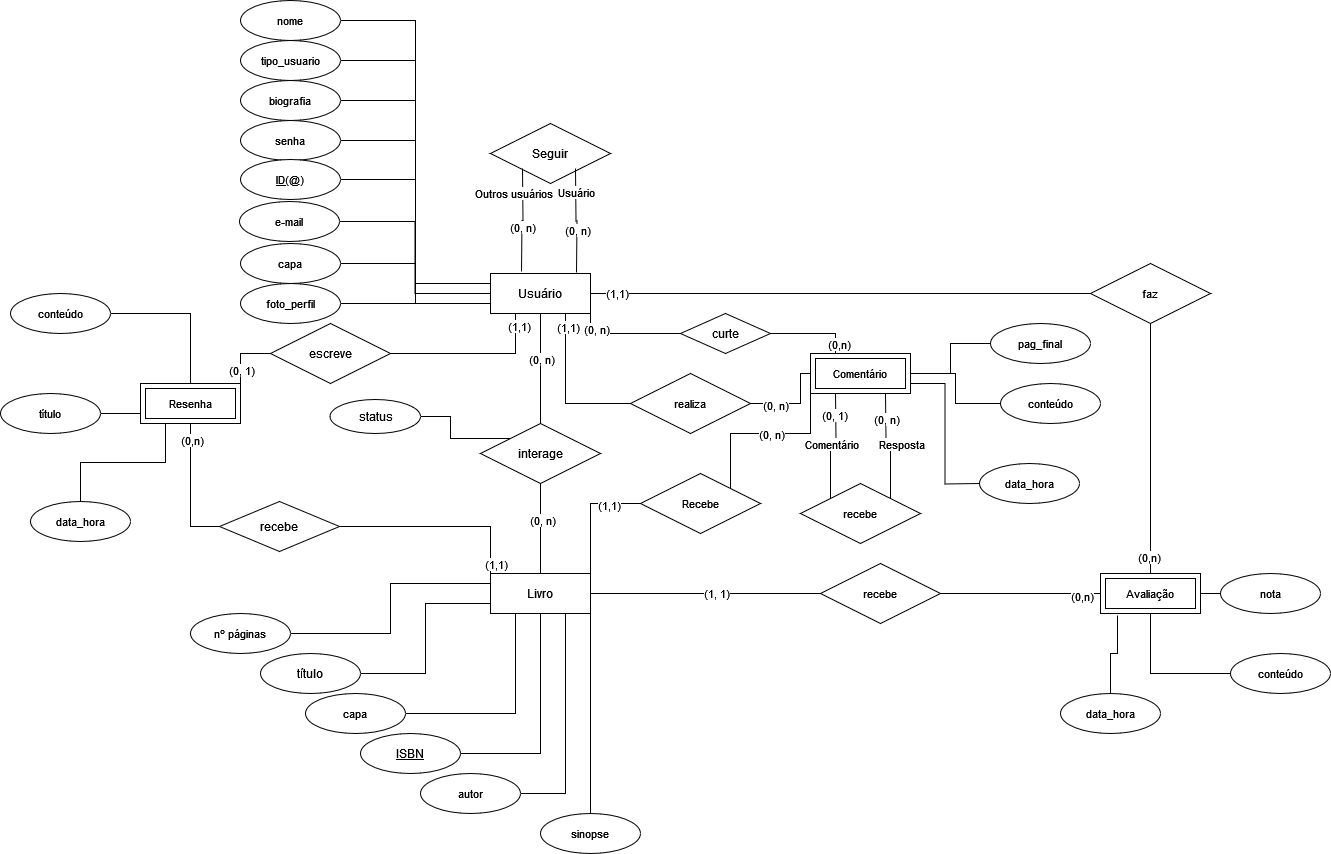
Earlier version of the draw.io export doc/bd/diagrama-er/DERPratiler.drawio.png (tads-cnat/pratiler). Source tidied: cells renumbered, new cells last; positions are measured from the earlier drawing's top-left corner, leaving out a move shared by most shapes.
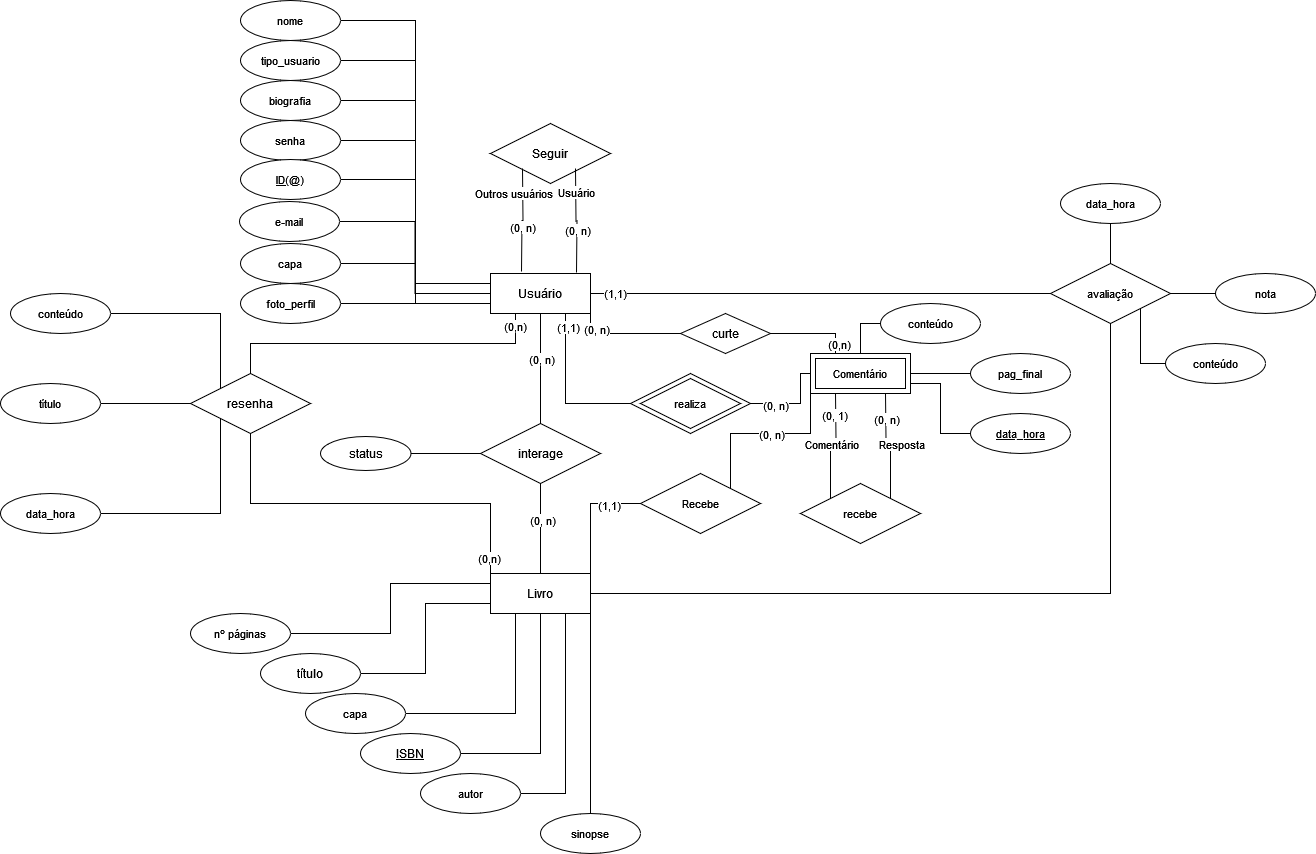
Later version of the same file.

Commit message:
novo diagrama er

What changed in the source:
```diff
@@ -16,8 +16,2 @@
     </mxCell>
-    <mxCell id="6" style="edgeStyle=orthogonalEdgeStyle;shape=connector;rounded=0;jettySize=auto;html=1;exitX=0.25;exitY=1;exitDx=0;exitDy=0;entryX=1;entryY=0.5;entryDx=0;entryDy=0;strokeColor=default;align=center;verticalAlign=middle;fontFamily=Helvetica;fontSize=11;fontColor=default;labelBackgroundColor=default;endArrow=none;endFill=0;" parent="1" edge="1" source="12" target="103">
-      <mxGeometry relative="1" as="geometry" />
-    </mxCell>
-    <mxCell id="7" value="(1,1)" style="edgeLabel;html=1;align=center;verticalAlign=middle;fontFamily=Helvetica;fontSize=11;fontColor=default;labelBackgroundColor=default;" parent="6" vertex="1">
-      <mxGeometry x="-0.85" y="3" relative="1" as="geometry" />
-    </mxCell>
     <mxCell id="8" style="edgeStyle=orthogonalEdgeStyle;rounded=0;jettySize=auto;html=1;exitX=1;exitY=0.5;exitDx=0;exitDy=0;entryX=0;entryY=0.5;entryDx=0;entryDy=0;endArrow=none;endFill=0;" parent="1" edge="1" source="12" target="51">
@@ -34,2 +28,8 @@
     </mxCell>
+    <mxCell id="109" style="edgeStyle=orthogonalEdgeStyle;shape=connector;rounded=0;jettySize=auto;html=1;exitX=0.25;exitY=1;exitDx=0;exitDy=0;entryX=0.5;entryY=0;entryDx=0;entryDy=0;strokeColor=default;align=center;verticalAlign=middle;fontFamily=Helvetica;fontSize=11;fontColor=default;labelBackgroundColor=default;endArrow=none;endFill=0;" parent="1" edge="1" source="12" target="122">
+      <mxGeometry relative="1" as="geometry" />
+    </mxCell>
+    <mxCell id="110" value="(0,n)" style="edgeLabel;html=1;align=center;verticalAlign=middle;fontFamily=Helvetica;fontSize=11;fontColor=default;labelBackgroundColor=default;" parent="109" vertex="1">
+      <mxGeometry x="-0.93" y="-1" relative="1" as="geometry" />
+    </mxCell>
     <mxCell id="12" value="Usuário" style="whiteSpace=wrap;html=1;align=center;" parent="1" vertex="1">
@@ -46,2 +46,11 @@
     </mxCell>
+    <mxCell id="111" style="edgeStyle=orthogonalEdgeStyle;shape=connector;rounded=0;jettySize=auto;html=1;exitX=0;exitY=0;exitDx=0;exitDy=0;entryX=0.5;entryY=1;entryDx=0;entryDy=0;strokeColor=default;align=center;verticalAlign=middle;fontFamily=Helvetica;fontSize=11;fontColor=default;labelBackgroundColor=default;endArrow=none;endFill=0;" parent="1" edge="1" source="16" target="122">
+      <mxGeometry relative="1" as="geometry" />
+    </mxCell>
+    <mxCell id="112" value="(0,n)" style="edgeLabel;html=1;align=center;verticalAlign=middle;fontFamily=Helvetica;fontSize=11;fontColor=default;labelBackgroundColor=default;" parent="111" vertex="1">
+      <mxGeometry x="-0.92" y="2" relative="1" as="geometry" />
+    </mxCell>
+    <mxCell id="113" style="edgeStyle=orthogonalEdgeStyle;shape=connector;rounded=0;jettySize=auto;html=1;exitX=1;exitY=0.5;exitDx=0;exitDy=0;strokeColor=default;align=center;verticalAlign=middle;fontFamily=Helvetica;fontSize=11;fontColor=default;labelBackgroundColor=default;endArrow=none;endFill=0;" parent="1" edge="1" source="16" target="51">
+      <mxGeometry relative="1" as="geometry" />
+    </mxCell>
     <mxCell id="16" value="Livro" style="whiteSpace=wrap;html=1;align=center;" parent="1" vertex="1">
@@ -55,5 +64,2 @@
     </mxCell>
-    <mxCell id="19" style="edgeStyle=orthogonalEdgeStyle;rounded=0;jettySize=auto;html=1;exitX=0;exitY=0;exitDx=0;exitDy=0;entryX=1;entryY=0.5;entryDx=0;entryDy=0;endArrow=none;endFill=0;" parent="1" edge="1" source="20" target="84">
-      <mxGeometry relative="1" as="geometry" />
-    </mxCell>
     <mxCell id="20" value="interage" style="shape=rhombus;perimeter=rhombusPerimeter;whiteSpace=wrap;html=1;align=center;" parent="1" vertex="1">
@@ -76,5 +82,5 @@
     </mxCell>
-    <mxCell id="26" style="edgeStyle=orthogonalEdgeStyle;rounded=0;jettySize=auto;html=1;exitX=1;exitY=0.5;exitDx=0;exitDy=0;endArrow=none;endFill=0;" parent="1" edge="1" source="27" target="104">
-      <mxGeometry relative="1" as="geometry" />
-    </mxCell>
+    <mxCell id="114" style="edgeStyle=orthogonalEdgeStyle;rounded=0;jettySize=auto;html=1;exitX=1;exitY=0.5;exitDx=0;exitDy=0;entryX=0;entryY=0;entryDx=0;entryDy=0;endArrow=none;endFill=0;" parent="1" edge="1" source="27" target="122">
+      <mxGeometry relative="1" as="geometry" />
+    </mxCell>
     <mxCell id="27" value="&lt;div&gt;conteúdo&lt;/div&gt;" style="ellipse;whiteSpace=wrap;html=1;align=center;fontFamily=Helvetica;fontSize=11;fontColor=default;labelBackgroundColor=default;" parent="1" vertex="1">
@@ -123,40 +129,16 @@
     </mxCell>
-    <mxCell id="39" style="edgeStyle=orthogonalEdgeStyle;rounded=0;jettySize=auto;html=1;strokeColor=default;align=center;verticalAlign=middle;fontFamily=Helvetica;fontSize=11;fontColor=default;labelBackgroundColor=default;endArrow=none;" parent="1" edge="1" source="43" target="16">
-      <mxGeometry relative="1" as="geometry" />
-    </mxCell>
-    <mxCell id="40" value="(1, 1)" style="edgeLabel;html=1;align=center;verticalAlign=middle;fontFamily=Helvetica;fontSize=11;fontColor=default;labelBackgroundColor=default;" parent="39" vertex="1">
-      <mxGeometry x="-0.09" y="-1" relative="1" as="geometry" />
-    </mxCell>
-    <mxCell id="41" style="edgeStyle=orthogonalEdgeStyle;rounded=0;jettySize=auto;html=1;exitX=1;exitY=0.5;exitDx=0;exitDy=0;endArrow=none;endFill=0;" parent="1" edge="1" source="43" target="44">
-      <mxGeometry relative="1" as="geometry" />
-    </mxCell>
-    <mxCell id="42" value="(0,n)" style="edgeLabel;html=1;align=center;verticalAlign=middle;" parent="41" vertex="1">
-      <mxGeometry x="0.76" y="-2" relative="1" as="geometry" />
-    </mxCell>
-    <mxCell id="43" value="recebe" style="shape=rhombus;perimeter=rhombusPerimeter;whiteSpace=wrap;html=1;align=center;fontFamily=Helvetica;fontSize=11;fontColor=default;labelBackgroundColor=default;" parent="1" vertex="1">
-      <mxGeometry x="820" y="563" width="120" height="60" as="geometry" />
-    </mxCell>
-    <mxCell id="44" value="Avaliação" style="shape=ext;margin=3;double=1;whiteSpace=wrap;html=1;align=center;fontFamily=Helvetica;fontSize=11;fontColor=default;labelBackgroundColor=default;" parent="1" vertex="1">
-      <mxGeometry x="1100" y="573" width="100" height="40" as="geometry" />
-    </mxCell>
-    <mxCell id="45" style="edgeStyle=orthogonalEdgeStyle;rounded=0;jettySize=auto;html=1;strokeColor=default;align=center;verticalAlign=middle;fontFamily=Helvetica;fontSize=11;fontColor=default;labelBackgroundColor=default;endArrow=none;" parent="1" edge="1" source="46" target="44">
-      <mxGeometry relative="1" as="geometry" />
-    </mxCell>
+    <mxCell id="115" style="edgeStyle=orthogonalEdgeStyle;shape=connector;rounded=0;jettySize=auto;html=1;exitX=0;exitY=0.5;exitDx=0;exitDy=0;entryX=1;entryY=1;entryDx=0;entryDy=0;strokeColor=default;align=center;verticalAlign=middle;fontFamily=Helvetica;fontSize=11;fontColor=default;labelBackgroundColor=default;endArrow=none;endFill=0;" parent="1" edge="1" source="46" target="51">
+      <mxGeometry relative="1" as="geometry" />
+    </mxCell>
     <mxCell id="46" value="&lt;div&gt;conteúdo&lt;/div&gt;" style="ellipse;whiteSpace=wrap;html=1;align=center;fontFamily=Helvetica;fontSize=11;fontColor=default;labelBackgroundColor=default;" parent="1" vertex="1">
-      <mxGeometry x="1230" y="653" width="100" height="40" as="geometry" />
+      <mxGeometry x="1165" y="343" width="100" height="40" as="geometry" />
     </mxCell>
-    <mxCell id="47" style="edgeStyle=orthogonalEdgeStyle;rounded=0;jettySize=auto;html=1;entryX=1;entryY=0;entryDx=0;entryDy=0;strokeColor=default;align=center;verticalAlign=middle;fontFamily=Helvetica;fontSize=11;fontColor=default;labelBackgroundColor=default;endArrow=none;" parent="1" edge="1" source="48" target="44">
-      <mxGeometry relative="1" as="geometry" />
-    </mxCell>
+    <mxCell id="116" style="edgeStyle=orthogonalEdgeStyle;shape=connector;rounded=0;jettySize=auto;html=1;exitX=0;exitY=0.5;exitDx=0;exitDy=0;entryX=1;entryY=0.5;entryDx=0;entryDy=0;strokeColor=default;align=center;verticalAlign=middle;fontFamily=Helvetica;fontSize=11;fontColor=default;labelBackgroundColor=default;endArrow=none;endFill=0;" parent="1" edge="1" source="48" target="51">
+      <mxGeometry relative="1" as="geometry" />
+    </mxCell>
     <mxCell id="48" value="nota" style="ellipse;whiteSpace=wrap;html=1;align=center;fontFamily=Helvetica;fontSize=11;fontColor=default;labelBackgroundColor=default;" parent="1" vertex="1">
-      <mxGeometry x="1220" y="573" width="100" height="40" as="geometry" />
+      <mxGeometry x="1215" y="273" width="100" height="40" as="geometry" />
     </mxCell>
-    <mxCell id="49" style="edgeStyle=orthogonalEdgeStyle;rounded=0;jettySize=auto;html=1;exitX=0.5;exitY=1;exitDx=0;exitDy=0;endArrow=none;endFill=0;" parent="1" edge="1" source="51" target="44">
-      <mxGeometry relative="1" as="geometry" />
-    </mxCell>
-    <mxCell id="50" value="(0,n)" style="edgeLabel;html=1;align=center;verticalAlign=middle;fontFamily=Helvetica;fontSize=11;fontColor=default;labelBackgroundColor=default;" parent="49" vertex="1">
-      <mxGeometry x="0.86" y="-2" relative="1" as="geometry" />
-    </mxCell>
-    <mxCell id="51" value="faz" style="shape=rhombus;perimeter=rhombusPerimeter;whiteSpace=wrap;html=1;align=center;fontFamily=Helvetica;fontSize=11;fontColor=default;labelBackgroundColor=default;" parent="1" vertex="1">
-      <mxGeometry x="1090" y="263" width="120" height="60" as="geometry" />
+    <mxCell id="51" value="avaliação" style="shape=rhombus;perimeter=rhombusPerimeter;whiteSpace=wrap;html=1;align=center;fontFamily=Helvetica;fontSize=11;fontColor=default;labelBackgroundColor=default;" parent="1" vertex="1">
+      <mxGeometry x="1050" y="263" width="120" height="60" as="geometry" />
     </mxCell>
@@ -244,9 +226,4 @@
     <mxCell id="71" value="conteúdo" style="ellipse;whiteSpace=wrap;html=1;align=center;fontFamily=Helvetica;fontSize=11;fontColor=default;labelBackgroundColor=default;" parent="1" vertex="1">
-      <mxGeometry x="1000" y="383" width="100" height="40" as="geometry" />
+      <mxGeometry x="880" y="303" width="100" height="40" as="geometry" />
     </mxCell>
-    <mxCell id="72" style="edgeStyle=orthogonalEdgeStyle;rounded=0;jettySize=auto;html=1;entryX=1;entryY=0.75;entryDx=0;entryDy=0;strokeColor=default;align=center;verticalAlign=middle;fontFamily=Helvetica;fontSize=11;fontColor=default;labelBackgroundColor=default;endArrow=none;endFill=0;" parent="1" edge="1" target="73">
-      <mxGeometry relative="1" as="geometry">
-        <mxPoint x="979" y="483" as="sourcePoint" />
-      </mxGeometry>
-    </mxCell>
     <mxCell id="73" value="Comentário" style="shape=ext;margin=3;double=1;whiteSpace=wrap;html=1;align=center;fontFamily=Helvetica;fontSize=11;fontColor=default;labelBackgroundColor=default;" parent="1" vertex="1">
@@ -281,7 +258,13 @@
     </mxCell>
+    <mxCell id="117" style="edgeStyle=orthogonalEdgeStyle;shape=connector;rounded=0;jettySize=auto;html=1;exitX=0;exitY=0.5;exitDx=0;exitDy=0;entryX=1;entryY=0.75;entryDx=0;entryDy=0;strokeColor=default;align=center;verticalAlign=middle;fontFamily=Helvetica;fontSize=11;fontColor=default;labelBackgroundColor=default;endArrow=none;endFill=0;" parent="1" edge="1" source="83" target="73">
+      <mxGeometry relative="1" as="geometry" />
+    </mxCell>
-    <mxCell id="83" value="data_hora" style="ellipse;whiteSpace=wrap;html=1;align=center;fontFamily=Helvetica;fontSize=11;fontColor=default;labelBackgroundColor=default;" parent="1" vertex="1">
-      <mxGeometry x="979" y="463" width="100" height="40" as="geometry" />
+    <mxCell id="83" value="&lt;u&gt;data_hora&lt;/u&gt;" style="ellipse;whiteSpace=wrap;html=1;align=center;fontFamily=Helvetica;fontSize=11;fontColor=default;labelBackgroundColor=default;" parent="1" vertex="1">
+      <mxGeometry x="970" y="413" width="100" height="40" as="geometry" />
     </mxCell>
+    <mxCell id="118" style="edgeStyle=orthogonalEdgeStyle;shape=connector;rounded=0;jettySize=auto;html=1;exitX=1;exitY=0.5;exitDx=0;exitDy=0;entryX=0;entryY=0.5;entryDx=0;entryDy=0;strokeColor=default;align=center;verticalAlign=middle;fontFamily=Helvetica;fontSize=11;fontColor=default;labelBackgroundColor=default;endArrow=none;endFill=0;" parent="1" edge="1" source="84" target="20">
+      <mxGeometry relative="1" as="geometry" />
+    </mxCell>
     <mxCell id="84" value="status" style="ellipse;whiteSpace=wrap;html=1;" parent="1" vertex="1">
-      <mxGeometry x="329.5" y="399" width="90.5" height="34" as="geometry" />
+      <mxGeometry x="320" y="436" width="90.5" height="34" as="geometry" />
     </mxCell>
@@ -306,3 +289,3 @@
     <mxCell id="91" value="pag_final" style="ellipse;whiteSpace=wrap;html=1;align=center;fontFamily=Helvetica;fontSize=11;fontColor=default;labelBackgroundColor=default;" parent="1" vertex="1">
-      <mxGeometry x="990" y="323" width="100" height="40" as="geometry" />
+      <mxGeometry x="970" y="353" width="100" height="40" as="geometry" />
     </mxCell>
@@ -314,52 +297,29 @@
     </mxCell>
-    <mxCell id="94" style="edgeStyle=orthogonalEdgeStyle;shape=connector;rounded=0;jettySize=auto;html=1;exitX=1;exitY=0.5;exitDx=0;exitDy=0;entryX=0;entryY=0;entryDx=0;entryDy=0;strokeColor=default;align=center;verticalAlign=middle;fontFamily=Helvetica;fontSize=11;fontColor=default;labelBackgroundColor=default;endArrow=none;endFill=0;" parent="1" edge="1" source="98" target="16">
-      <mxGeometry relative="1" as="geometry" />
-    </mxCell>
-    <mxCell id="95" value="(1,1)" style="edgeLabel;html=1;align=center;verticalAlign=middle;fontFamily=Helvetica;fontSize=11;fontColor=default;labelBackgroundColor=default;" parent="94" vertex="1">
-      <mxGeometry x="0.9" y="5" relative="1" as="geometry" />
-    </mxCell>
-    <mxCell id="96" style="edgeStyle=orthogonalEdgeStyle;shape=connector;rounded=0;jettySize=auto;html=1;exitX=0;exitY=0.5;exitDx=0;exitDy=0;entryX=0.5;entryY=1;entryDx=0;entryDy=0;strokeColor=default;align=center;verticalAlign=middle;fontFamily=Helvetica;fontSize=11;fontColor=default;labelBackgroundColor=default;endArrow=none;" parent="1" edge="1" source="98" target="104">
-      <mxGeometry relative="1" as="geometry" />
-    </mxCell>
-    <mxCell id="97" value="(0,n)" style="edgeLabel;html=1;align=center;verticalAlign=middle;" parent="96" vertex="1">
-      <mxGeometry x="0.76" y="-1" relative="1" as="geometry" />
-    </mxCell>
-    <mxCell id="98" value="recebe" style="shape=rhombus;perimeter=rhombusPerimeter;whiteSpace=wrap;html=1;align=center;" parent="1" vertex="1">
-      <mxGeometry x="219" y="501" width="120" height="50" as="geometry" />
-    </mxCell>
-    <mxCell id="99" style="edgeStyle=orthogonalEdgeStyle;shape=connector;rounded=0;jettySize=auto;html=1;exitX=1;exitY=0.5;exitDx=0;exitDy=0;strokeColor=default;align=center;verticalAlign=middle;fontFamily=Helvetica;fontSize=11;fontColor=default;labelBackgroundColor=default;endArrow=none;" parent="1" edge="1" source="100" target="104">
-      <mxGeometry relative="1" as="geometry">
-        <Array as="points">
-          <mxPoint x="130" y="413" />
-          <mxPoint x="130" y="413" />
-        </Array>
-      </mxGeometry>
-    </mxCell>
+    <mxCell id="119" style="edgeStyle=orthogonalEdgeStyle;shape=connector;rounded=0;jettySize=auto;html=1;exitX=1;exitY=0.5;exitDx=0;exitDy=0;strokeColor=default;align=center;verticalAlign=middle;fontFamily=Helvetica;fontSize=11;fontColor=default;labelBackgroundColor=default;endArrow=none;endFill=0;" parent="1" edge="1" source="100" target="122">
+      <mxGeometry relative="1" as="geometry" />
+    </mxCell>
     <mxCell id="100" value="título" style="ellipse;whiteSpace=wrap;html=1;align=center;fontFamily=Helvetica;fontSize=11;fontColor=default;labelBackgroundColor=default;" parent="1" vertex="1">
-      <mxGeometry y="393" width="100" height="40" as="geometry" />
+      <mxGeometry y="383" width="100" height="40" as="geometry" />
     </mxCell>
-    <mxCell id="101" style="edgeStyle=orthogonalEdgeStyle;shape=connector;rounded=0;jettySize=auto;html=1;exitX=0;exitY=0.5;exitDx=0;exitDy=0;entryX=1;entryY=0;entryDx=0;entryDy=0;strokeColor=default;align=center;verticalAlign=middle;fontFamily=Helvetica;fontSize=11;fontColor=default;labelBackgroundColor=default;endArrow=none;" parent="1" edge="1" source="103" target="104">
-      <mxGeometry relative="1" as="geometry" />
-    </mxCell>
-    <mxCell id="102" value="(0, 1)" style="edgeLabel;html=1;align=center;verticalAlign=middle;fontFamily=Helvetica;fontSize=11;fontColor=default;labelBackgroundColor=default;" parent="101" vertex="1">
-      <mxGeometry x="0.53" relative="1" as="geometry" />
-    </mxCell>
-    <mxCell id="103" value="escreve" style="shape=rhombus;perimeter=rhombusPerimeter;whiteSpace=wrap;html=1;align=center;" parent="1" vertex="1">
-      <mxGeometry x="270" y="323" width="120" height="60" as="geometry" />
-    </mxCell>
-    <mxCell id="104" value="Resenha" style="shape=ext;margin=3;double=1;whiteSpace=wrap;html=1;align=center;fontFamily=Helvetica;fontSize=11;fontColor=default;labelBackgroundColor=default;" parent="1" vertex="1">
-      <mxGeometry x="140" y="383" width="100" height="40" as="geometry" />
-    </mxCell>
+    <mxCell id="120" style="edgeStyle=orthogonalEdgeStyle;shape=connector;rounded=0;jettySize=auto;html=1;exitX=0.5;exitY=1;exitDx=0;exitDy=0;entryX=0.5;entryY=0;entryDx=0;entryDy=0;strokeColor=default;align=center;verticalAlign=middle;fontFamily=Helvetica;fontSize=11;fontColor=default;labelBackgroundColor=default;endArrow=none;endFill=0;" parent="1" edge="1" source="105" target="51">
+      <mxGeometry relative="1" as="geometry" />
+    </mxCell>
     <mxCell id="105" value="data_hora" style="ellipse;whiteSpace=wrap;html=1;align=center;fontFamily=Helvetica;fontSize=11;fontColor=default;labelBackgroundColor=default;" parent="1" vertex="1">
-      <mxGeometry x="1060" y="693" width="100" height="40" as="geometry" />
+      <mxGeometry x="1060" y="183" width="100" height="40" as="geometry" />
     </mxCell>
-    <mxCell id="106" style="edgeStyle=orthogonalEdgeStyle;rounded=0;jettySize=auto;html=1;exitX=0.5;exitY=0;exitDx=0;exitDy=0;entryX=0.17;entryY=1.05;entryDx=0;entryDy=0;entryPerimeter=0;endArrow=none;endFill=0;" parent="1" edge="1" source="105" target="44">
-      <mxGeometry relative="1" as="geometry" />
-    </mxCell>
-    <mxCell id="107" style="edgeStyle=orthogonalEdgeStyle;shape=connector;rounded=0;jettySize=auto;html=1;exitX=0.5;exitY=0;exitDx=0;exitDy=0;entryX=0.25;entryY=1;entryDx=0;entryDy=0;strokeColor=default;align=center;verticalAlign=middle;fontFamily=Helvetica;fontSize=11;fontColor=default;labelBackgroundColor=default;endArrow=none;endFill=0;" parent="1" edge="1" source="108" target="104">
-      <mxGeometry relative="1" as="geometry" />
-    </mxCell>
+    <mxCell id="121" style="edgeStyle=orthogonalEdgeStyle;shape=connector;rounded=0;jettySize=auto;html=1;exitX=1;exitY=0.5;exitDx=0;exitDy=0;entryX=0;entryY=1;entryDx=0;entryDy=0;strokeColor=default;align=center;verticalAlign=middle;fontFamily=Helvetica;fontSize=11;fontColor=default;labelBackgroundColor=default;endArrow=none;endFill=0;" parent="1" edge="1" source="108" target="122">
+      <mxGeometry relative="1" as="geometry" />
+    </mxCell>
     <mxCell id="108" value="data_hora" style="ellipse;whiteSpace=wrap;html=1;align=center;fontFamily=Helvetica;fontSize=11;fontColor=default;labelBackgroundColor=default;" parent="1" vertex="1">
-      <mxGeometry x="30" y="501" width="100" height="40" as="geometry" />
+      <mxGeometry y="493" width="100" height="40" as="geometry" />
     </mxCell>
+    <mxCell id="122" value="resenha" style="shape=rhombus;perimeter=rhombusPerimeter;whiteSpace=wrap;html=1;align=center;" parent="1" vertex="1">
+      <mxGeometry x="190" y="373" width="120" height="60" as="geometry" />
+    </mxCell>
+    <mxCell id="123" style="edgeStyle=orthogonalEdgeStyle;shape=connector;rounded=0;orthogonalLoop=1;jettySize=auto;html=1;exitX=0.5;exitY=1;exitDx=0;exitDy=0;strokeColor=default;align=center;verticalAlign=middle;fontFamily=Helvetica;fontSize=11;fontColor=default;labelBackgroundColor=default;endArrow=none;endFill=0;" parent="1" edge="1" source="108" target="108">
+      <mxGeometry relative="1" as="geometry" />
+    </mxCell>
+    <mxCell id="124" value="realiza" style="shape=rhombus;perimeter=rhombusPerimeter;whiteSpace=wrap;html=1;align=center;fontFamily=Helvetica;fontSize=11;fontColor=default;labelBackgroundColor=default;" parent="1" vertex="1">
+      <mxGeometry x="640" y="378" width="100" height="50" as="geometry" />
+    </mxCell>
   </root>
```
